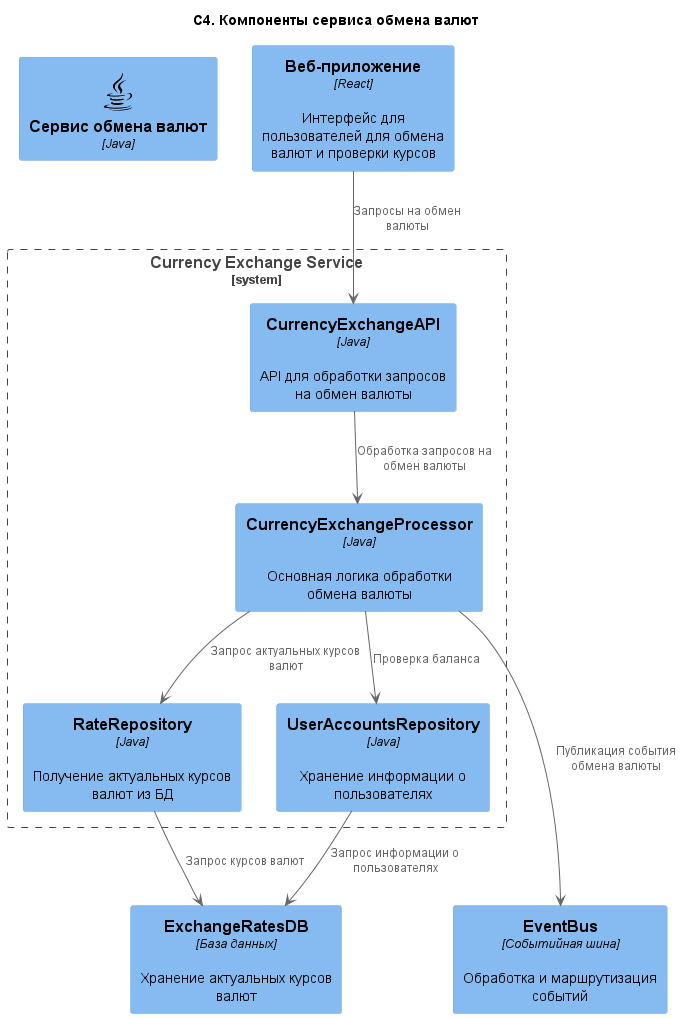
Above: out/2. Технический проект/3.components/API. Диаграмма компонентов.png in SmirnovR2003/PPO (PlantUML), before the change. The source it was exported from:
```plantuml
@startuml API. Диаграмма компонентов
title "C4. Компоненты сервиса обмена валют"

!include https://raw.githubusercontent.com/plantuml-stdlib/C4-PlantUML/master/C4_Component.puml
!$ICONURL = "https://raw.githubusercontent.com/tupadr3/plantuml-icon-font-sprites/v3.0.0/icons"
!include $ICONURL/common.puml
!include $ICONURL/devicons/react.puml
!include $ICONURL/devicons/java.puml

Component(currencyExchangeService, "Сервис обмена валют", "Java", $sprite="java")

System_Boundary(currencyExchangeBoundary, "Currency Exchange Service") {

    Component(CurrencyExchangeAPI, "CurrencyExchangeAPI", "Java", "API для обработки запросов на обмен валюты")
    Component(CurrencyExchangeProcessor, "CurrencyExchangeProcessor", "Java", "Основная логика обработки обмена валюты")
    Component(RateRepository, "RateRepository", "Java", "Получение актуальных курсов валют из БД")
    Component(UserAccountsRepository, "UserAccountsRepository", "Java", "Хранение информации о пользователях")
}

Component(ExchangeRatesDB, "ExchangeRatesDB", "База данных", "Хранение актуальных курсов валют")

Component(webApp, "Веб-приложение", "React", "Интерфейс для пользователей для обмена валют и проверки курсов")

webApp --> CurrencyExchangeAPI : "Запросы на обмен валюты"
CurrencyExchangeAPI --> CurrencyExchangeProcessor : "Обработка запросов на обмен валюты"
CurrencyExchangeProcessor --> RateRepository : "Запрос актуальных курсов валют"
CurrencyExchangeProcessor --> UserAccountsRepository : "Проверка баланса"
RateRepository --> ExchangeRatesDB : "Запрос курсов валют"
UserAccountsRepository --> ExchangeRatesDB : "Запрос информации о пользователях"

Component(EventBus, "EventBus", "Событийная шина", "Обработка и маршрутизация событий")

CurrencyExchangeProcessor ---> EventBus : "Публикация события обмена валюты"

@enduml
```
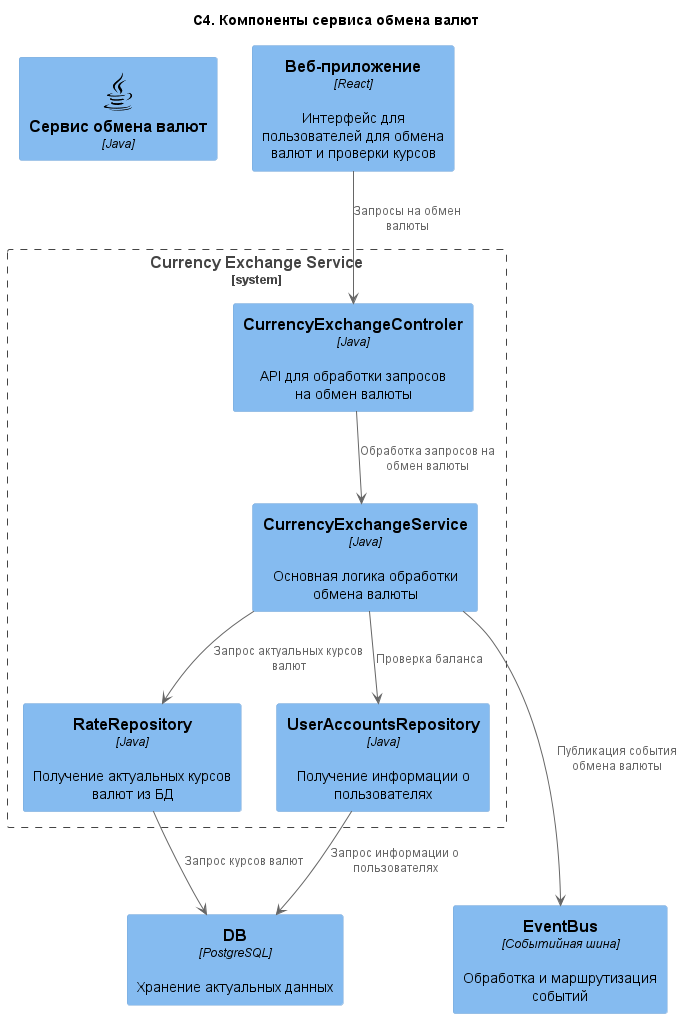
The same diagram one commit later.

Change to the diagram source:
```diff
@@ -11,13 +11,13 @@
 
 System_Boundary(currencyExchangeBoundary, "Currency Exchange Service") {
 
-    Component(CurrencyExchangeAPI, "CurrencyExchangeAPI", "Java", "API для обработки запросов на обмен валюты")
-    Component(CurrencyExchangeProcessor, "CurrencyExchangeProcessor", "Java", "Основная логика обработки обмена валюты")
+    Component(CurrencyExchangeAPI, "CurrencyExchangeControler", "Java", "API для обработки запросов на обмен валюты")
+    Component(CurrencyExchangeProcessor, "CurrencyExchangeService", "Java", "Основная логика обработки обмена валюты")
     Component(RateRepository, "RateRepository", "Java", "Получение актуальных курсов валют из БД")
-    Component(UserAccountsRepository, "UserAccountsRepository", "Java", "Хранение информации о пользователях")
+    Component(UserAccountsRepository, "UserAccountsRepository", "Java", "Получение информации о пользователях")
 }
 
-Component(ExchangeRatesDB, "ExchangeRatesDB", "База данных", "Хранение актуальных курсов валют")
+Component(ExchangeRatesDB, "DB", "PostgreSQL", "Хранение актуальных данных")
 
 Component(webApp, "Веб-приложение", "React", "Интерфейс для пользователей для обмена валют и проверки курсов")
 
```
